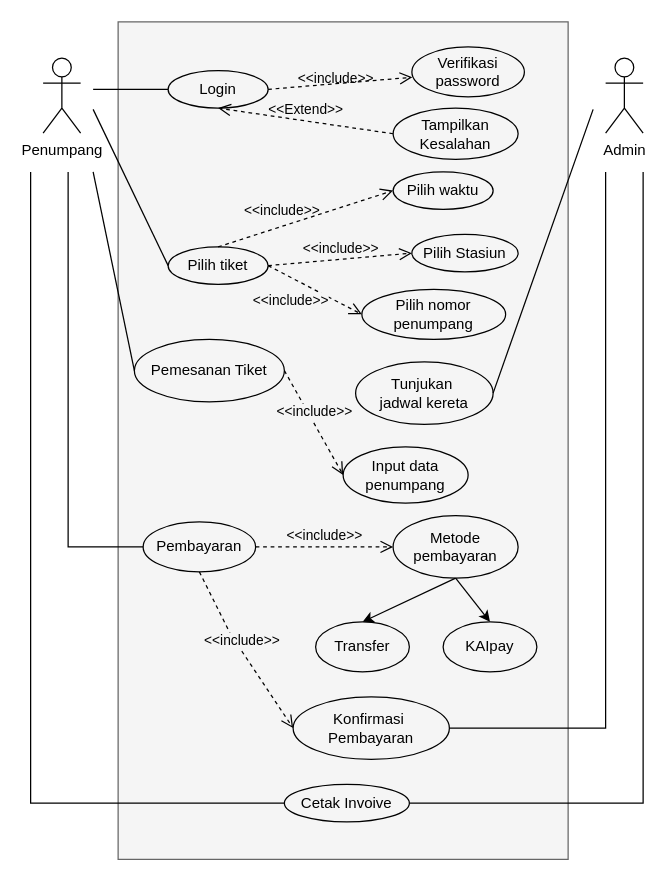
Mahklvk/Use_Case_Kelompok keeps this draw.io diagram as Usecase Diagram.drawio. Above is the earlier version. Source tidied: cells renumbered, new cells numbered last; positions are measured from the earlier drawing's top-left corner, leaving out a move shared by most shapes. Both pictures are drawn from the tidied source at 125%, with x=0, y=0 at pixel (30, 21).
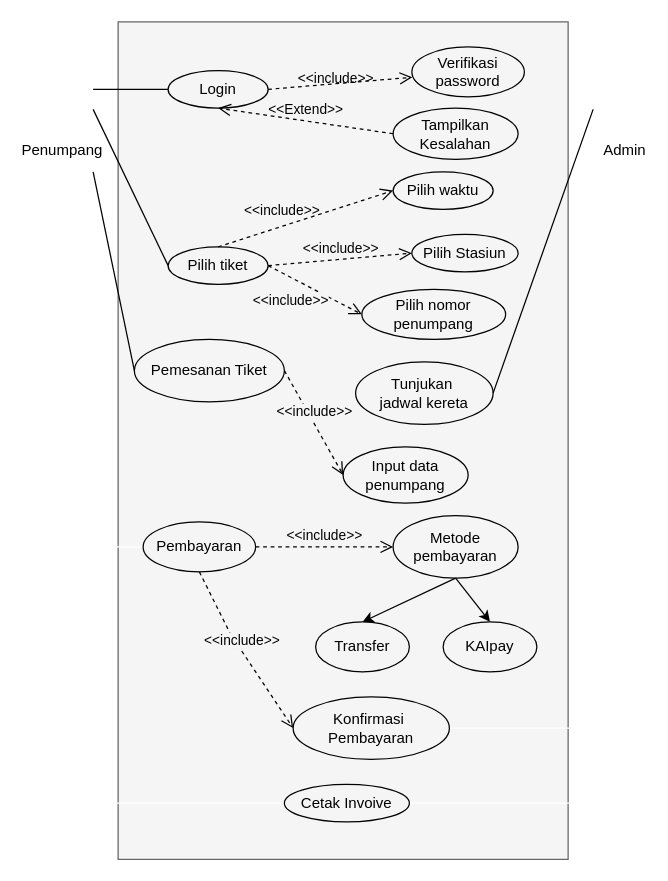
After the change.

Unchanged cells that the change refers to:
```xml
<mxCell id="24" value="Pembayaran" style="ellipse;whiteSpace=wrap;html=1;fillColor=none;" parent="1" vertex="1">
  <mxGeometry x="90" y="400" width="90" height="40" as="geometry" />
</mxCell>
<mxCell id="25" value="Cetak Invoive" style="ellipse;whiteSpace=wrap;html=1;fillColor=none;" parent="1" vertex="1">
  <mxGeometry x="203" y="610" width="100" height="30" as="geometry" />
</mxCell>
<mxCell id="31" value="Konfirmasi&amp;nbsp;&lt;div&gt;Pembayaran&lt;/div&gt;" style="ellipse;whiteSpace=wrap;html=1;fillColor=none;" parent="1" vertex="1">
  <mxGeometry x="210" y="540" width="125" height="50" as="geometry" />
</mxCell>
```

The edit, as a diff of the source:
```diff
@@
-    <mxCell id="4" style="rounded=0;jettySize=auto;html=1;entryX=1;entryY=0.5;entryDx=0;entryDy=0;endArrow=none;endFill=0;" parent="1" edge="1" target="31">
+    <mxCell id="4" style="rounded=0;jettySize=auto;html=1;entryX=1;entryY=0.5;entryDx=0;entryDy=0;endArrow=none;endFill=0;strokeColor=#ffffff;" parent="1" edge="1" target="31">
       <mxGeometry relative="1" as="geometry">
         <mxPoint x="460" y="120" as="sourcePoint" />
         <Array as="points">
           <mxPoint x="460" y="330" />
           <mxPoint x="460" y="565" />
         </Array>
       </mxGeometry>
     </mxCell>
-    <mxCell id="5" style="rounded=0;jettySize=auto;html=1;entryX=1;entryY=0.5;entryDx=0;entryDy=0;endArrow=none;endFill=0;" parent="1" edge="1" target="25">
+    <mxCell id="5" style="rounded=0;jettySize=auto;html=1;entryX=1;entryY=0.5;entryDx=0;entryDy=0;endArrow=none;endFill=0;strokeColor=#ffffff;" parent="1" edge="1" target="25">
       <mxGeometry relative="1" as="geometry">
         <mxPoint x="490" y="120" as="sourcePoint" />
         <Array as="points">
           <mxPoint x="490" y="625" />
         </Array>
       </mxGeometry>
     </mxCell>
-    <mxCell id="6" value="Admin" style="shape=umlActor;verticalLabelPosition=bottom;verticalAlign=top;html=1;" parent="1" vertex="1">
+    <mxCell id="6" value="Admin" style="shape=umlActor;verticalLabelPosition=bottom;verticalAlign=top;html=1;strokeColor=#ffffff;fillColor=none;" parent="1" vertex="1">
       <mxGeometry x="460" y="29" width="30" height="60" as="geometry" />
     </mxCell>
@@
-    <mxCell id="9" style="rounded=0;jettySize=auto;html=1;entryX=0;entryY=0.5;entryDx=0;entryDy=0;endArrow=none;endFill=0;" parent="1" edge="1" target="24">
+    <mxCell id="9" style="rounded=0;jettySize=auto;html=1;entryX=0;entryY=0.5;entryDx=0;entryDy=0;endArrow=none;endFill=0;strokeColor=#ffffff;" parent="1" edge="1" target="24">
       <mxGeometry relative="1" as="geometry">
         <mxPoint x="30" y="120" as="sourcePoint" />
         <Array as="points">
           <mxPoint x="30" y="420" />
         </Array>
       </mxGeometry>
     </mxCell>
-    <mxCell id="10" style="rounded=0;jettySize=auto;html=1;endArrow=none;endFill=0;entryX=0;entryY=0.5;entryDx=0;entryDy=0;" parent="1" edge="1" target="25">
+    <mxCell id="10" style="rounded=0;jettySize=auto;html=1;endArrow=none;endFill=0;entryX=0;entryY=0.5;entryDx=0;entryDy=0;strokeColor=#ffffff;" parent="1" edge="1" target="25">
       <mxGeometry relative="1" as="geometry">
         <mxPoint y="120" as="sourcePoint" />
         <Array as="points">
           <mxPoint y="625" />
         </Array>
       </mxGeometry>
     </mxCell>
-    <mxCell id="11" value="Penumpang" style="shape=umlActor;verticalLabelPosition=bottom;verticalAlign=top;html=1;" parent="1" vertex="1">
+    <mxCell id="11" value="Penumpang" style="shape=umlActor;verticalLabelPosition=bottom;verticalAlign=top;html=1;strokeColor=#ffffff;fillColor=none;" parent="1" vertex="1">
       <mxGeometry x="10" y="29" width="30" height="60" as="geometry" />
     </mxCell>
```
